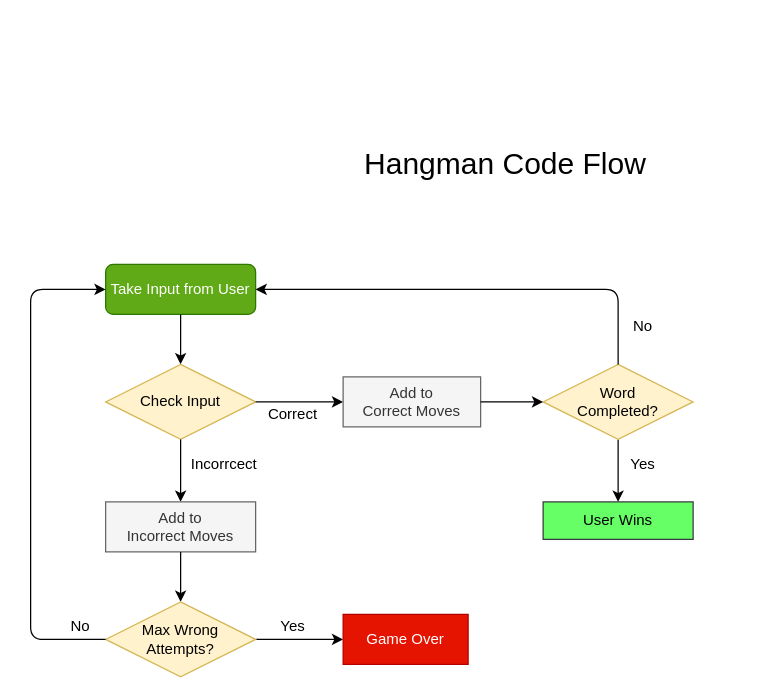
Before: Charts/Hangman.drawio in waqas-ahmd/drawio-charts, a draw.io diagram. Source tidied: cells renumbered, new cells numbered last; positions are measured from the earlier drawing's top-left corner, leaving out a move shared by most shapes. Both pictures are drawn from the tidied source at 125%, with x=0, y=0 at pixel (30, 151).
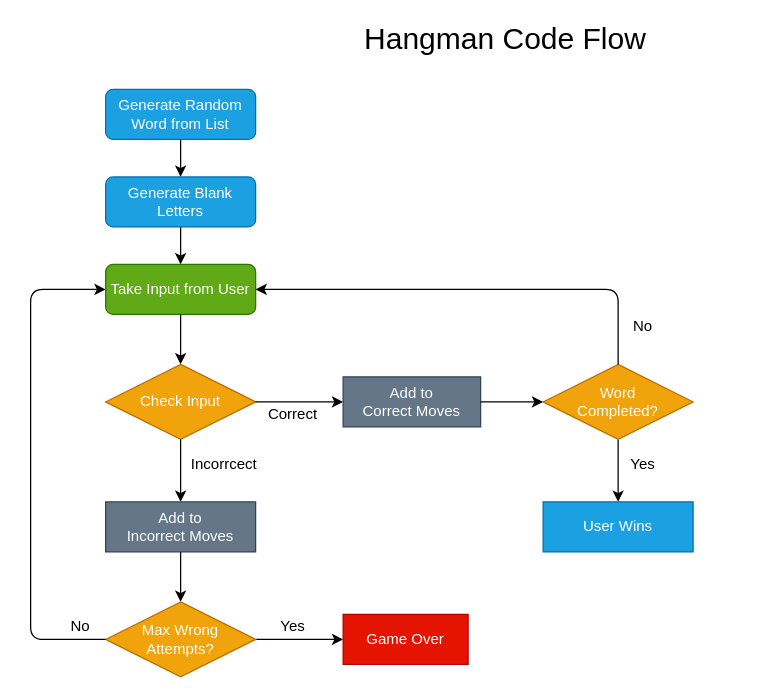
The same page after the edit.

Unchanged cells that the change refers to:
```xml
<mxCell id="2" value="Take Input from User" style="rounded=1;whiteSpace=wrap;html=1;fillColor=#60a917;strokeColor=#2D7600;fontColor=#ffffff;" parent="1" vertex="1">
  <mxGeometry x="60" y="90" width="120" height="40" as="geometry" />
</mxCell>
```

Change to the diagram source:
```diff
@@
-    <mxCell id="4" value="Check Input" style="rhombus;whiteSpace=wrap;html=1;fillColor=#fff2cc;strokeColor=#d6b656;" parent="1" vertex="1">
+    <mxCell id="4" value="Check Input" style="rhombus;whiteSpace=wrap;html=1;fillColor=#f0a30a;strokeColor=#BD7000;fontColor=#ffffff;" parent="1" vertex="1">
       <mxGeometry x="60" y="170" width="120" height="60" as="geometry" />
     </mxCell>
@@
     <mxCell id="8" value="&lt;font style=&quot;font-size: 24px&quot;&gt;Hangman Code Flow&lt;/font&gt;" style="text;html=1;strokeColor=none;fillColor=none;align=center;verticalAlign=middle;whiteSpace=wrap;rounded=0;" parent="1" vertex="1">
-      <mxGeometry x="180" width="400" height="20" as="geometry" />
+      <mxGeometry x="180" y="-100" width="400" height="20" as="geometry" />
     </mxCell>
@@
-    <mxCell id="10" value="Add to &lt;br&gt;Correct Moves" style="rounded=0;whiteSpace=wrap;html=1;fillColor=#f5f5f5;strokeColor=#666666;fontColor=#333333;" parent="1" vertex="1">
+    <mxCell id="10" value="Add to &lt;br&gt;Correct Moves" style="rounded=0;whiteSpace=wrap;html=1;fillColor=#647687;strokeColor=#314354;fontColor=#ffffff;" parent="1" vertex="1">
       <mxGeometry x="250" y="180" width="110" height="40" as="geometry" />
     </mxCell>
-    <mxCell id="11" value="Add to &lt;br&gt;Incorrect Moves" style="rounded=0;whiteSpace=wrap;html=1;fillColor=#f5f5f5;strokeColor=#666666;fontColor=#333333;" parent="1" vertex="1">
+    <mxCell id="11" value="Add to &lt;br&gt;Incorrect Moves" style="rounded=0;whiteSpace=wrap;html=1;fillColor=#647687;strokeColor=#314354;fontColor=#ffffff;" parent="1" vertex="1">
       <mxGeometry x="60" y="280" width="120" height="40" as="geometry" />
     </mxCell>
@@
-    <mxCell id="14" value="Max Wrong&lt;br&gt;Attempts?" style="rhombus;whiteSpace=wrap;html=1;fillColor=#fff2cc;strokeColor=#d6b656;" parent="1" vertex="1">
+    <mxCell id="14" value="Max Wrong&lt;br&gt;Attempts?" style="rhombus;whiteSpace=wrap;html=1;fillColor=#f0a30a;strokeColor=#BD7000;fontColor=#ffffff;" parent="1" vertex="1">
       <mxGeometry x="60" y="360" width="120" height="60" as="geometry" />
     </mxCell>
@@
-    <mxCell id="16" value="Word &lt;br&gt;Completed?" style="rhombus;whiteSpace=wrap;html=1;fillColor=#fff2cc;strokeColor=#d6b656;" parent="1" vertex="1">
+    <mxCell id="16" value="Word &lt;br&gt;Completed?" style="rhombus;whiteSpace=wrap;html=1;fillColor=#f0a30a;strokeColor=#BD7000;fontColor=#ffffff;" parent="1" vertex="1">
       <mxGeometry x="410" y="170" width="120" height="60" as="geometry" />
     </mxCell>
@@
-    <mxCell id="22" value="User Wins" style="whiteSpace=wrap;html=1;strokeColor=#36393d;fillColor=#66FF66;" parent="1" vertex="1">
-      <mxGeometry x="410" y="280" width="120" height="30" as="geometry" />
+    <mxCell id="22" value="User Wins" style="whiteSpace=wrap;html=1;strokeColor=#006EAF;fillColor=#1ba1e2;fontColor=#ffffff;" parent="1" vertex="1">
+      <mxGeometry x="410" y="280" width="120" height="40" as="geometry" />
     </mxCell>
@@
+    <mxCell id="26" style="edgeStyle=orthogonalEdgeStyle;rounded=0;jettySize=auto;html=1;" parent="1" edge="1" source="27" target="28">
+      <mxGeometry relative="1" as="geometry" />
+    </mxCell>
+    <mxCell id="27" value="Generate Random Word from List" style="rounded=1;whiteSpace=wrap;html=1;fillColor=#1ba1e2;strokeColor=#006EAF;fontColor=#ffffff;" parent="1" vertex="1">
+      <mxGeometry x="60" y="-50" width="120" height="40" as="geometry" />
+    </mxCell>
+    <mxCell id="28" value="Generate Blank Letters" style="rounded=1;whiteSpace=wrap;html=1;fillColor=#1ba1e2;strokeColor=#006EAF;fontColor=#ffffff;" parent="1" vertex="1">
+      <mxGeometry x="60" y="20" width="120" height="40" as="geometry" />
+    </mxCell>
+    <mxCell id="29" style="endArrow=classic;html=1;exitX=0.5;exitY=1;exitDx=0;exitDy=0;entryX=0.5;entryY=0;entryDx=0;entryDy=0;" parent="1" edge="1" source="28" target="2">
+      <mxGeometry relative="1" as="geometry" />
+    </mxCell>
```
